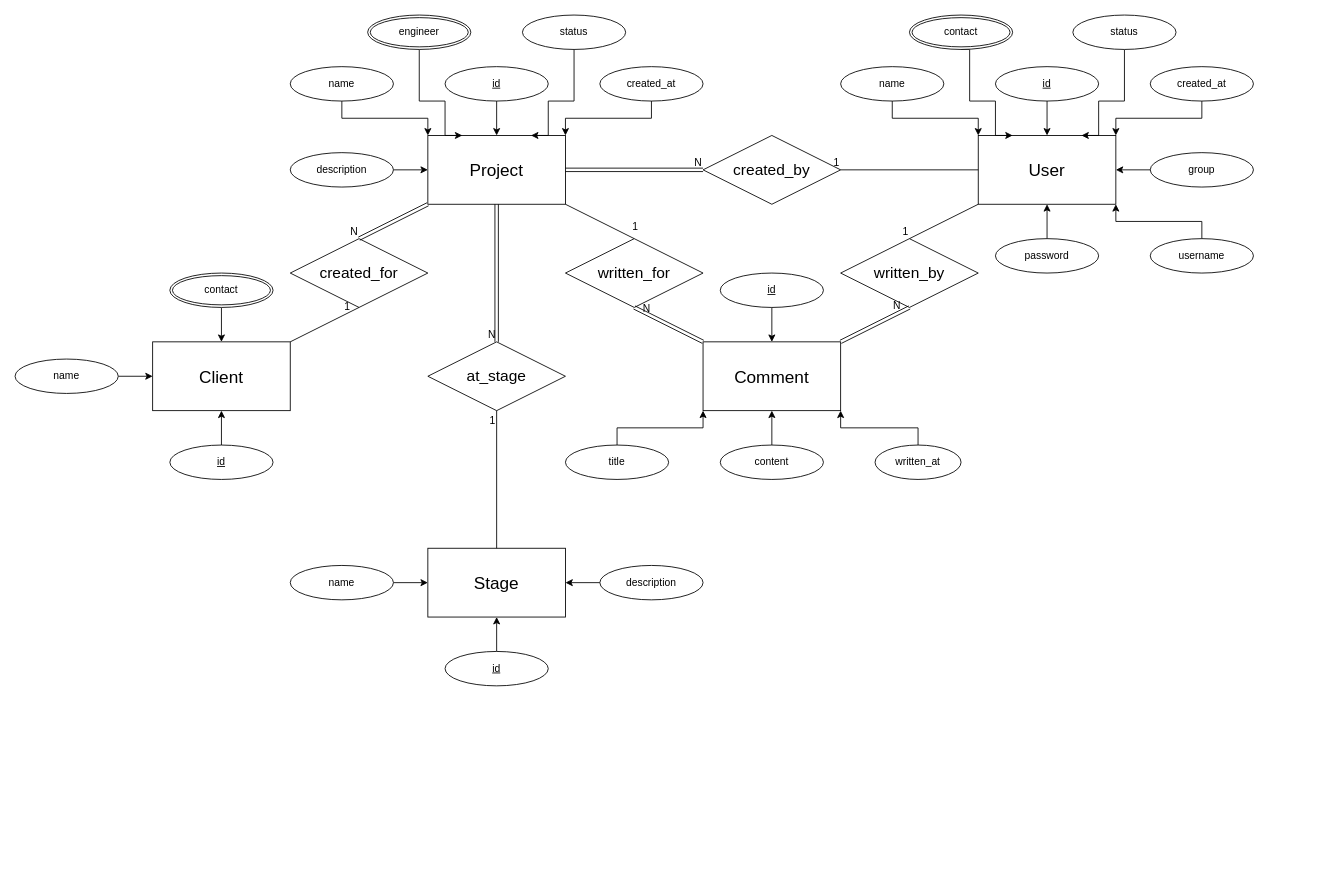
This is Diagrams/AlJarrash_ERD.drawio from hameed-m/Al-Jarrash, a draw.io file, before an edit. Source tidied: cells renumbered, new cells numbered last; positions are measured from the earlier drawing's top-left corner, leaving out a move shared by most shapes. Both pictures are drawn from the tidied source at 86%, with x=0, y=0 at pixel (15, 15).
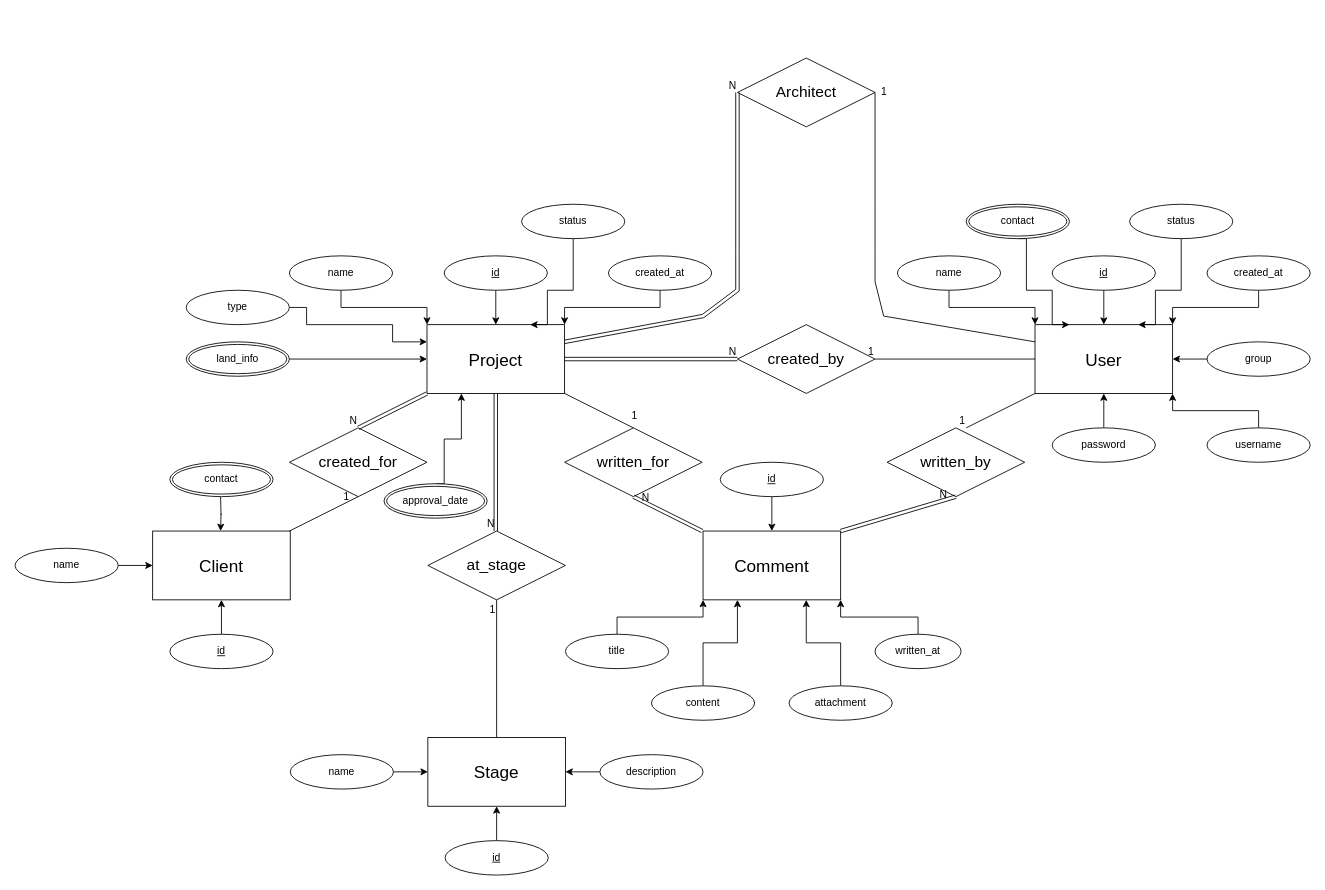
After the change.

What changed in the source:
```diff
@@
     <mxCell id="2" value="&lt;font style=&quot;font-size: 20px;&quot;&gt;Project&lt;/font&gt;" style="whiteSpace=wrap;html=1;align=center;" parent="1" vertex="1">
-      <mxGeometry x="480" y="140" width="160" height="80" as="geometry" />
+      <mxGeometry x="479" y="360" width="160" height="80" as="geometry" />
     </mxCell>
     <mxCell id="3" value="&lt;font style=&quot;font-size: 20px;&quot;&gt;Client&lt;/font&gt;" style="whiteSpace=wrap;html=1;align=center;" parent="1" vertex="1">
-      <mxGeometry x="160" y="380" width="160" height="80" as="geometry" />
+      <mxGeometry x="160" y="600" width="160" height="80" as="geometry" />
     </mxCell>
     <mxCell id="4" value="&lt;font style=&quot;font-size: 20px;&quot;&gt;User&lt;/font&gt;" style="whiteSpace=wrap;html=1;align=center;" parent="1" vertex="1">
-      <mxGeometry x="1120" y="140" width="160" height="80" as="geometry" />
+      <mxGeometry x="1186" y="360" width="160" height="80" as="geometry" />
     </mxCell>
     <mxCell id="5" value="&lt;font style=&quot;font-size: 20px;&quot;&gt;Stage&lt;/font&gt;" style="whiteSpace=wrap;html=1;align=center;" parent="1" vertex="1">
-      <mxGeometry x="480" y="620" width="160" height="80" as="geometry" />
+      <mxGeometry x="480" y="840" width="160" height="80" as="geometry" />
     </mxCell>
     <mxCell id="6" value="&lt;font style=&quot;font-size: 20px;&quot;&gt;Comment&lt;/font&gt;" style="whiteSpace=wrap;html=1;align=center;" parent="1" vertex="1">
-      <mxGeometry x="800" y="380" width="160" height="80" as="geometry" />
+      <mxGeometry x="800" y="600" width="160" height="80" as="geometry" />
     </mxCell>
@@
     <mxCell id="8" value="name" style="ellipse;whiteSpace=wrap;html=1;align=center;" parent="1" vertex="1">
-      <mxGeometry x="320" y="60" width="120" height="40" as="geometry" />
+      <mxGeometry x="319" y="280" width="120" height="40" as="geometry" />
     </mxCell>
@@
     <mxCell id="10" value="id" style="ellipse;whiteSpace=wrap;html=1;align=center;fontStyle=4;" parent="1" vertex="1">
-      <mxGeometry x="500" y="60" width="120" height="40" as="geometry" />
+      <mxGeometry x="499" y="280" width="120" height="40" as="geometry" />
     </mxCell>
@@
     <mxCell id="12" value="created_at" style="ellipse;whiteSpace=wrap;html=1;align=center;" parent="1" vertex="1">
-      <mxGeometry x="680" y="60" width="120" height="40" as="geometry" />
+      <mxGeometry x="690" y="280" width="120" height="40" as="geometry" />
     </mxCell>
@@
     <mxCell id="14" value="name" style="ellipse;whiteSpace=wrap;html=1;align=center;" parent="1" vertex="1">
-      <mxGeometry x="320" y="640" width="120" height="40" as="geometry" />
+      <mxGeometry x="320" y="860" width="120" height="40" as="geometry" />
     </mxCell>
@@
     <mxCell id="16" value="id" style="ellipse;whiteSpace=wrap;html=1;align=center;fontStyle=4;" parent="1" vertex="1">
-      <mxGeometry x="500" y="740" width="120" height="40" as="geometry" />
+      <mxGeometry x="500" y="960" width="120" height="40" as="geometry" />
     </mxCell>
     <mxCell id="17" value="&lt;span style=&quot;font-size: 18px;&quot;&gt;written_for&lt;/span&gt;" style="shape=rhombus;perimeter=rhombusPerimeter;whiteSpace=wrap;html=1;align=center;" parent="1" vertex="1">
-      <mxGeometry x="640" y="260" width="160" height="80" as="geometry" />
+      <mxGeometry x="639" y="480" width="160" height="80" as="geometry" />
     </mxCell>
     <mxCell id="18" value="&lt;font style=&quot;font-size: 18px;&quot;&gt;written_by&lt;/font&gt;" style="shape=rhombus;perimeter=rhombusPerimeter;whiteSpace=wrap;html=1;align=center;" parent="1" vertex="1">
-      <mxGeometry x="960" y="260" width="160" height="80" as="geometry" />
+      <mxGeometry x="1014" y="480" width="160" height="80" as="geometry" />
     </mxCell>
     <mxCell id="19" value="&lt;font style=&quot;font-size: 18px;&quot;&gt;at_stage&lt;/font&gt;" style="shape=rhombus;perimeter=rhombusPerimeter;whiteSpace=wrap;html=1;align=center;" parent="1" vertex="1">
-      <mxGeometry x="480" y="380" width="160" height="80" as="geometry" />
+      <mxGeometry x="480" y="600" width="160" height="80" as="geometry" />
     </mxCell>
     <mxCell id="20" value="&lt;font style=&quot;font-size: 18px;&quot;&gt;created_by&lt;/font&gt;" style="shape=rhombus;perimeter=rhombusPerimeter;whiteSpace=wrap;html=1;align=center;" parent="1" vertex="1">
-      <mxGeometry x="800" y="140" width="160" height="80" as="geometry" />
+      <mxGeometry x="840" y="360" width="160" height="80" as="geometry" />
     </mxCell>
@@
-    <mxCell id="25" style="shape=link;html=1;rounded=0;exitX=0.5;exitY=1;exitDx=0;exitDy=0;entryX=0.5;entryY=0;entryDx=0;entryDy=0;" parent="1" edge="1" source="2" target="19">
-      <mxGeometry relative="1" as="geometry" />
+    <mxCell id="25" style="shape=link;html=1;rounded=0;exitX=0.5;exitY=1;exitDx=0;exitDy=0;entryX=0.5;entryY=0;entryDx=0;entryDy=0;" parent="1" edge="1" source="2">
+      <mxGeometry relative="1" as="geometry">
+        <mxPoint x="559" y="600" as="targetPoint" />
+      </mxGeometry>
     </mxCell>
@@
-    <mxCell id="29" style="edgeStyle=orthogonalEdgeStyle;rounded=0;jettySize=auto;html=1;exitX=1;exitY=0.5;exitDx=0;exitDy=0;entryX=0;entryY=0.5;entryDx=0;entryDy=0;" parent="1" edge="1" source="30" target="2">
-      <mxGeometry relative="1" as="geometry" />
-    </mxCell>
-    <mxCell id="30" value="description" style="ellipse;whiteSpace=wrap;html=1;align=center;" parent="1" vertex="1">
-      <mxGeometry x="320" y="160" width="120" height="40" as="geometry" />
-    </mxCell>
-    <mxCell id="31" style="shape=link;html=1;rounded=0;entryX=0.5;entryY=1;entryDx=0;entryDy=0;exitX=0;exitY=0;exitDx=0;exitDy=0;" parent="1" edge="1" source="6" target="17">
-      <mxGeometry relative="1" as="geometry" />
+    <mxCell id="31" style="shape=link;html=1;rounded=0;entryX=0.5;entryY=1;entryDx=0;entryDy=0;exitX=0;exitY=0;exitDx=0;exitDy=0;" parent="1" edge="1" target="17">
+      <mxGeometry relative="1" as="geometry">
+        <mxPoint x="799" y="600" as="sourcePoint" />
+      </mxGeometry>
     </mxCell>
@@
-    <mxCell id="37" style="endArrow=none;html=1;rounded=0;entryX=0.5;entryY=0;entryDx=0;entryDy=0;exitX=0;exitY=1;exitDx=0;exitDy=0;" parent="1" edge="1" source="4" target="18">
-      <mxGeometry relative="1" as="geometry" />
+    <mxCell id="37" style="endArrow=none;html=1;rounded=0;entryX=0.5;entryY=0;entryDx=0;entryDy=0;exitX=0;exitY=1;exitDx=0;exitDy=0;" parent="1" edge="1" source="4">
+      <mxGeometry relative="1" as="geometry">
+        <mxPoint x="1106" y="480" as="targetPoint" />
+      </mxGeometry>
     </mxCell>
@@
     <mxCell id="40" value="id" style="ellipse;whiteSpace=wrap;html=1;align=center;fontStyle=4;" parent="1" vertex="1">
-      <mxGeometry x="820" y="300" width="120" height="40" as="geometry" />
+      <mxGeometry x="820" y="520" width="120" height="40" as="geometry" />
     </mxCell>
@@
     <mxCell id="42" value="title" style="ellipse;whiteSpace=wrap;html=1;align=center;" parent="1" vertex="1">
-      <mxGeometry x="640" y="500" width="120" height="40" as="geometry" />
+      <mxGeometry x="640" y="720" width="120" height="40" as="geometry" />
     </mxCell>
@@
     <mxCell id="44" value="written_at" style="ellipse;whiteSpace=wrap;html=1;align=center;" parent="1" vertex="1">
-      <mxGeometry x="1000" y="500" width="100" height="40" as="geometry" />
+      <mxGeometry x="1000" y="720" width="100" height="40" as="geometry" />
     </mxCell>
-    <mxCell id="45" style="edgeStyle=orthogonalEdgeStyle;rounded=0;jettySize=auto;html=1;exitX=0.5;exitY=0;exitDx=0;exitDy=0;entryX=0.5;entryY=1;entryDx=0;entryDy=0;" parent="1" edge="1" source="46" target="6">
+    <mxCell id="45" style="edgeStyle=orthogonalEdgeStyle;rounded=0;jettySize=auto;html=1;exitX=0.5;exitY=0;exitDx=0;exitDy=0;entryX=0.25;entryY=1;entryDx=0;entryDy=0;" parent="1" edge="1" source="46" target="6">
       <mxGeometry relative="1" as="geometry" />
     </mxCell>
     <mxCell id="46" value="content" style="ellipse;whiteSpace=wrap;html=1;align=center;" parent="1" vertex="1">
-      <mxGeometry x="820" y="500" width="120" height="40" as="geometry" />
+      <mxGeometry x="740" y="780" width="120" height="40" as="geometry" />
     </mxCell>
@@
     <mxCell id="48" value="description" style="ellipse;whiteSpace=wrap;html=1;align=center;" parent="1" vertex="1">
-      <mxGeometry x="680" y="640" width="120" height="40" as="geometry" />
+      <mxGeometry x="680" y="860" width="120" height="40" as="geometry" />
     </mxCell>
     <mxCell id="49" value="&lt;span style=&quot;font-size: 18px;&quot;&gt;created_for&lt;/span&gt;" style="shape=rhombus;perimeter=rhombusPerimeter;whiteSpace=wrap;html=1;align=center;" parent="1" vertex="1">
-      <mxGeometry x="320" y="260" width="160" height="80" as="geometry" />
+      <mxGeometry x="319" y="480" width="160" height="80" as="geometry" />
     </mxCell>
@@
-    <mxCell id="52" style="endArrow=none;html=1;rounded=0;entryX=0.5;entryY=1;entryDx=0;entryDy=0;exitX=1;exitY=0;exitDx=0;exitDy=0;" parent="1" edge="1" source="3" target="49">
-      <mxGeometry relative="1" as="geometry" />
+    <mxCell id="52" style="endArrow=none;html=1;rounded=0;entryX=0.5;entryY=1;entryDx=0;entryDy=0;exitX=1;exitY=0;exitDx=0;exitDy=0;" parent="1" edge="1" target="49">
+      <mxGeometry relative="1" as="geometry">
+        <mxPoint x="319" y="600" as="sourcePoint" />
+      </mxGeometry>
     </mxCell>
@@
     <mxCell id="55" value="id" style="ellipse;whiteSpace=wrap;html=1;align=center;fontStyle=4;" parent="1" vertex="1">
-      <mxGeometry x="1140" y="60" width="120" height="40" as="geometry" />
+      <mxGeometry x="1206" y="280" width="120" height="40" as="geometry" />
     </mxCell>
@@
     <mxCell id="57" value="name" style="ellipse;whiteSpace=wrap;html=1;align=center;" parent="1" vertex="1">
-      <mxGeometry x="960" y="60" width="120" height="40" as="geometry" />
+      <mxGeometry x="1026" y="280" width="120" height="40" as="geometry" />
     </mxCell>
     <mxCell id="58" style="edgeStyle=orthogonalEdgeStyle;rounded=0;jettySize=auto;html=1;exitX=0.5;exitY=1;exitDx=0;exitDy=0;entryX=0.75;entryY=0;entryDx=0;entryDy=0;" parent="1" edge="1" source="59" target="2">
       <mxGeometry relative="1" as="geometry">
         <Array as="points">
-          <mxPoint x="650" y="100" />
-          <mxPoint x="620" y="100" />
-          <mxPoint x="620" y="140" />
+          <mxPoint x="649" y="320" />
+          <mxPoint x="619" y="320" />
+          <mxPoint x="619" y="360" />
         </Array>
       </mxGeometry>
     </mxCell>
     <mxCell id="59" value="status" style="ellipse;whiteSpace=wrap;html=1;align=center;" parent="1" vertex="1">
-      <mxGeometry x="590" width="120" height="40" as="geometry" />
+      <mxGeometry x="589" y="220" width="120" height="40" as="geometry" />
     </mxCell>
@@
     <mxCell id="61" value="created_at" style="ellipse;whiteSpace=wrap;html=1;align=center;" parent="1" vertex="1">
-      <mxGeometry x="1320" y="60" width="120" height="40" as="geometry" />
+      <mxGeometry x="1386" y="280" width="120" height="40" as="geometry" />
     </mxCell>
     <mxCell id="62" style="edgeStyle=orthogonalEdgeStyle;rounded=0;jettySize=auto;html=1;exitX=0.5;exitY=1;exitDx=0;exitDy=0;entryX=0.75;entryY=0;entryDx=0;entryDy=0;" parent="1" edge="1" source="63" target="4">
       <mxGeometry relative="1" as="geometry">
         <Array as="points">
-          <mxPoint x="1290" y="100" />
-          <mxPoint x="1260" y="100" />
-          <mxPoint x="1260" y="140" />
+          <mxPoint x="1356" y="320" />
+          <mxPoint x="1326" y="320" />
+          <mxPoint x="1326" y="360" />
         </Array>
       </mxGeometry>
     </mxCell>
     <mxCell id="63" value="status" style="ellipse;whiteSpace=wrap;html=1;align=center;" parent="1" vertex="1">
-      <mxGeometry x="1230" width="120" height="40" as="geometry" />
+      <mxGeometry x="1296" y="220" width="120" height="40" as="geometry" />
     </mxCell>
@@
     <mxCell id="65" value="group" style="ellipse;whiteSpace=wrap;html=1;align=center;" parent="1" vertex="1">
-      <mxGeometry x="1320" y="160" width="120" height="40" as="geometry" />
+      <mxGeometry x="1386" y="380" width="120" height="40" as="geometry" />
     </mxCell>
     <mxCell id="66" style="edgeStyle=orthogonalEdgeStyle;rounded=0;jettySize=auto;html=1;exitX=0.5;exitY=1;exitDx=0;exitDy=0;entryX=0.25;entryY=0;entryDx=0;entryDy=0;" parent="1" edge="1" source="67" target="4">
       <mxGeometry relative="1" as="geometry">
         <Array as="points">
-          <mxPoint x="1110" y="100" />
-          <mxPoint x="1140" y="100" />
-          <mxPoint x="1140" y="140" />
+          <mxPoint x="1176" y="320" />
+          <mxPoint x="1206" y="320" />
+          <mxPoint x="1206" y="360" />
         </Array>
       </mxGeometry>
     </mxCell>
     <mxCell id="67" value="contact" style="ellipse;shape=doubleEllipse;margin=3;whiteSpace=wrap;html=1;align=center;" parent="1" vertex="1">
-      <mxGeometry x="1040" width="120" height="40" as="geometry" />
+      <mxGeometry x="1106" y="220" width="120" height="40" as="geometry" />
     </mxCell>
@@
     <mxCell id="69" value="password" style="ellipse;whiteSpace=wrap;html=1;align=center;" parent="1" vertex="1">
-      <mxGeometry x="1140" y="260" width="120" height="40" as="geometry" />
+      <mxGeometry x="1206" y="480" width="120" height="40" as="geometry" />
     </mxCell>
@@
     <mxCell id="71" value="username" style="ellipse;whiteSpace=wrap;html=1;align=center;" parent="1" vertex="1">
-      <mxGeometry x="1320" y="260" width="120" height="40" as="geometry" />
+      <mxGeometry x="1386" y="480" width="120" height="40" as="geometry" />
     </mxCell>
@@
     <mxCell id="73" value="id" style="ellipse;whiteSpace=wrap;html=1;align=center;fontStyle=4;" parent="1" vertex="1">
-      <mxGeometry x="180" y="500" width="120" height="40" as="geometry" />
+      <mxGeometry x="180" y="720" width="120" height="40" as="geometry" />
     </mxCell>
@@
     <mxCell id="75" value="name" style="ellipse;whiteSpace=wrap;html=1;align=center;" parent="1" vertex="1">
-      <mxGeometry y="400" width="120" height="40" as="geometry" />
+      <mxGeometry y="620" width="120" height="40" as="geometry" />
     </mxCell>
-    <mxCell id="76" style="edgeStyle=orthogonalEdgeStyle;rounded=0;jettySize=auto;html=1;exitX=0.5;exitY=1;exitDx=0;exitDy=0;entryX=0.5;entryY=0;entryDx=0;entryDy=0;" parent="1" edge="1" source="77" target="3">
-      <mxGeometry relative="1" as="geometry" />
+    <mxCell id="76" style="edgeStyle=orthogonalEdgeStyle;rounded=0;orthogonalLoop=1;jettySize=auto;html=1;exitX=0.5;exitY=1;exitDx=0;exitDy=0;entryX=0.5;entryY=0;entryDx=0;entryDy=0;" parent="1" edge="1">
+      <mxGeometry relative="1" as="geometry">
+        <mxPoint x="239" y="560" as="sourcePoint" />
+        <mxPoint x="239" y="600" as="targetPoint" />
+      </mxGeometry>
     </mxCell>
     <mxCell id="77" value="contact" style="ellipse;shape=doubleEllipse;margin=3;whiteSpace=wrap;html=1;align=center;" parent="1" vertex="1">
-      <mxGeometry x="180" y="300" width="120" height="40" as="geometry" />
+      <mxGeometry x="180" y="520" width="120" height="40" as="geometry" />
     </mxCell>
-    <mxCell id="78" style="edgeStyle=orthogonalEdgeStyle;rounded=0;jettySize=auto;html=1;entryX=0.25;entryY=0;entryDx=0;entryDy=0;" parent="1" edge="1" source="79" target="2">
-      <mxGeometry relative="1" as="geometry">
-        <Array as="points">
-          <mxPoint x="470" y="100" />
-          <mxPoint x="500" y="100" />
-          <mxPoint x="500" y="140" />
-        </Array>
-      </mxGeometry>
-    </mxCell>
-    <mxCell id="79" value="engineer" style="ellipse;shape=doubleEllipse;margin=3;whiteSpace=wrap;html=1;align=center;" parent="1" vertex="1">
-      <mxGeometry x="410" width="120" height="40" as="geometry" />
-    </mxCell>
+    <mxCell id="80" style="edgeStyle=orthogonalEdgeStyle;rounded=0;jettySize=auto;html=1;exitX=0.5;exitY=0;exitDx=0;exitDy=0;entryX=0.75;entryY=1;entryDx=0;entryDy=0;" parent="1" edge="1" source="81" target="6">
+      <mxGeometry relative="1" as="geometry" />
+    </mxCell>
+    <mxCell id="81" value="attachment" style="ellipse;whiteSpace=wrap;html=1;align=center;" parent="1" vertex="1">
+      <mxGeometry x="900" y="780" width="120" height="40" as="geometry" />
+    </mxCell>
+    <mxCell id="82" style="edgeStyle=orthogonalEdgeStyle;rounded=0;jettySize=auto;html=1;exitX=1;exitY=0.5;exitDx=0;exitDy=0;entryX=0;entryY=0.25;entryDx=0;entryDy=0;" parent="1" edge="1" source="83" target="2">
+      <mxGeometry relative="1" as="geometry">
+        <Array as="points">
+          <mxPoint x="339" y="340" />
+          <mxPoint x="339" y="360" />
+          <mxPoint x="439" y="360" />
+          <mxPoint x="439" y="380" />
+        </Array>
+      </mxGeometry>
+    </mxCell>
+    <mxCell id="83" value="type" style="ellipse;whiteSpace=wrap;html=1;align=center;" parent="1" vertex="1">
+      <mxGeometry x="199" y="320" width="120" height="40" as="geometry" />
+    </mxCell>
+    <mxCell id="84" style="edgeStyle=orthogonalEdgeStyle;rounded=0;jettySize=auto;html=1;exitX=1;exitY=0.5;exitDx=0;exitDy=0;entryX=0;entryY=0.5;entryDx=0;entryDy=0;" parent="1" edge="1" source="85" target="2">
+      <mxGeometry relative="1" as="geometry" />
+    </mxCell>
+    <mxCell id="85" value="land_info" style="ellipse;shape=doubleEllipse;margin=3;whiteSpace=wrap;html=1;align=center;" parent="1" vertex="1">
+      <mxGeometry x="199" y="380" width="120" height="40" as="geometry" />
+    </mxCell>
+    <mxCell id="86" value="&lt;font style=&quot;font-size: 18px;&quot;&gt;Architect&lt;/font&gt;" style="shape=rhombus;perimeter=rhombusPerimeter;whiteSpace=wrap;html=1;align=center;" parent="1" vertex="1">
+      <mxGeometry x="840" y="50" width="160" height="80" as="geometry" />
+    </mxCell>
+    <mxCell id="87" style="endArrow=none;html=1;rounded=0;entryX=1;entryY=0.5;entryDx=0;entryDy=0;exitX=0;exitY=0.25;exitDx=0;exitDy=0;" parent="1" edge="1" source="4" target="86">
+      <mxGeometry relative="1" as="geometry">
+        <Array as="points">
+          <mxPoint x="1010" y="350" />
+          <mxPoint x="1000" y="310" />
+          <mxPoint x="1000" y="280" />
+          <mxPoint x="1000" y="220" />
+        </Array>
+      </mxGeometry>
+    </mxCell>
+    <mxCell id="88" value="1" style="html=1;whiteSpace=wrap;align=right;verticalAlign=bottom;" parent="87" vertex="1">
+      <mxGeometry x="1" relative="1" as="geometry">
+        <mxPoint x="15" y="7" as="offset" />
+      </mxGeometry>
+    </mxCell>
+    <mxCell id="89" style="shape=link;html=1;rounded=0;entryX=0;entryY=0.5;entryDx=0;entryDy=0;exitX=1;exitY=0.25;exitDx=0;exitDy=0;" parent="1" edge="1" source="2" target="86">
+      <mxGeometry relative="1" as="geometry">
+        <Array as="points">
+          <mxPoint x="800" y="350" />
+          <mxPoint x="840" y="320" />
+          <mxPoint x="840" y="280" />
+        </Array>
+      </mxGeometry>
+    </mxCell>
+    <mxCell id="90" value="N" style="html=1;whiteSpace=wrap;align=right;verticalAlign=bottom;" parent="89" vertex="1">
+      <mxGeometry x="1" relative="1" as="geometry" />
+    </mxCell>
+    <mxCell id="91" style="edgeStyle=orthogonalEdgeStyle;rounded=0;jettySize=auto;html=1;exitX=0.5;exitY=0;exitDx=0;exitDy=0;entryX=0.25;entryY=1;entryDx=0;entryDy=0;" parent="1" edge="1" source="92" target="2">
+      <mxGeometry relative="1" as="geometry">
+        <Array as="points">
+          <mxPoint x="499" y="545" />
+          <mxPoint x="499" y="493" />
+          <mxPoint x="519" y="493" />
+        </Array>
+      </mxGeometry>
+    </mxCell>
+    <mxCell id="92" value="approval_date" style="ellipse;shape=doubleEllipse;margin=3;whiteSpace=wrap;html=1;align=center;" parent="1" vertex="1">
+      <mxGeometry x="429" y="545" width="120" height="40" as="geometry" />
+    </mxCell>
```
